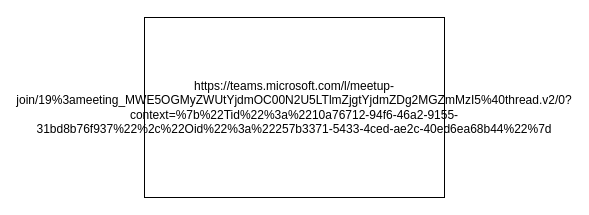
This is Diagrama sin título.drawio from rgil93/Prueba, a draw.io file, before an edit. Source tidied: cells renumbered, new cells numbered last; positions are measured from the earlier drawing's top-left corner, leaving out a move shared by most shapes. Both pictures are drawn from the tidied source at 100%, with x=0, y=0 at pixel (144, 17).
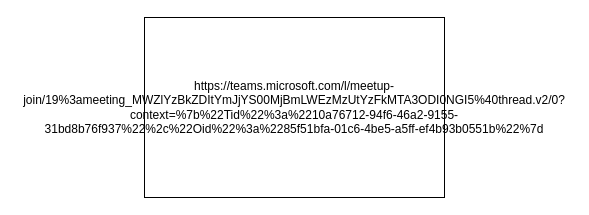
The same diagram, later.

The edit, as a diff of the source:
```diff
@@
 <mxGraphModel>
   <root>
     <mxCell id="0" />
     <mxCell id="1" parent="0" />
-    <mxCell id="2" value="https://teams.microsoft.com/l/meetup-join/19%3ameeting_MWE5OGMyZWUtYjdmOC00N2U5LTlmZjgtYjdmZDg2MGZmMzI5%40thread.v2/0?context=%7b%22Tid%22%3a%2210a76712-94f6-46a2-9155-31bd8b76f937%22%2c%22Oid%22%3a%22257b3371-5433-4ced-ae2c-40ed6ea68b44%22%7d" style="rounded=0;whiteSpace=wrap;html=1;" parent="1" vertex="1">
+    <mxCell id="2" value="https://teams.microsoft.com/l/meetup-join/19%3ameeting_MWZlYzBkZDItYmJjYS00MjBmLWEzMzUtYzFkMTA3ODI0NGI5%40thread.v2/0?context=%7b%22Tid%22%3a%2210a76712-94f6-46a2-9155-31bd8b76f937%22%2c%22Oid%22%3a%2285f51bfa-01c6-4be5-a5ff-ef4b93b0551b%22%7d" style="rounded=0;whiteSpace=wrap;html=1;" parent="1" vertex="1">
       <mxGeometry width="300" height="180" as="geometry" />
     </mxCell>
   </root>
 </mxGraphModel>
```
